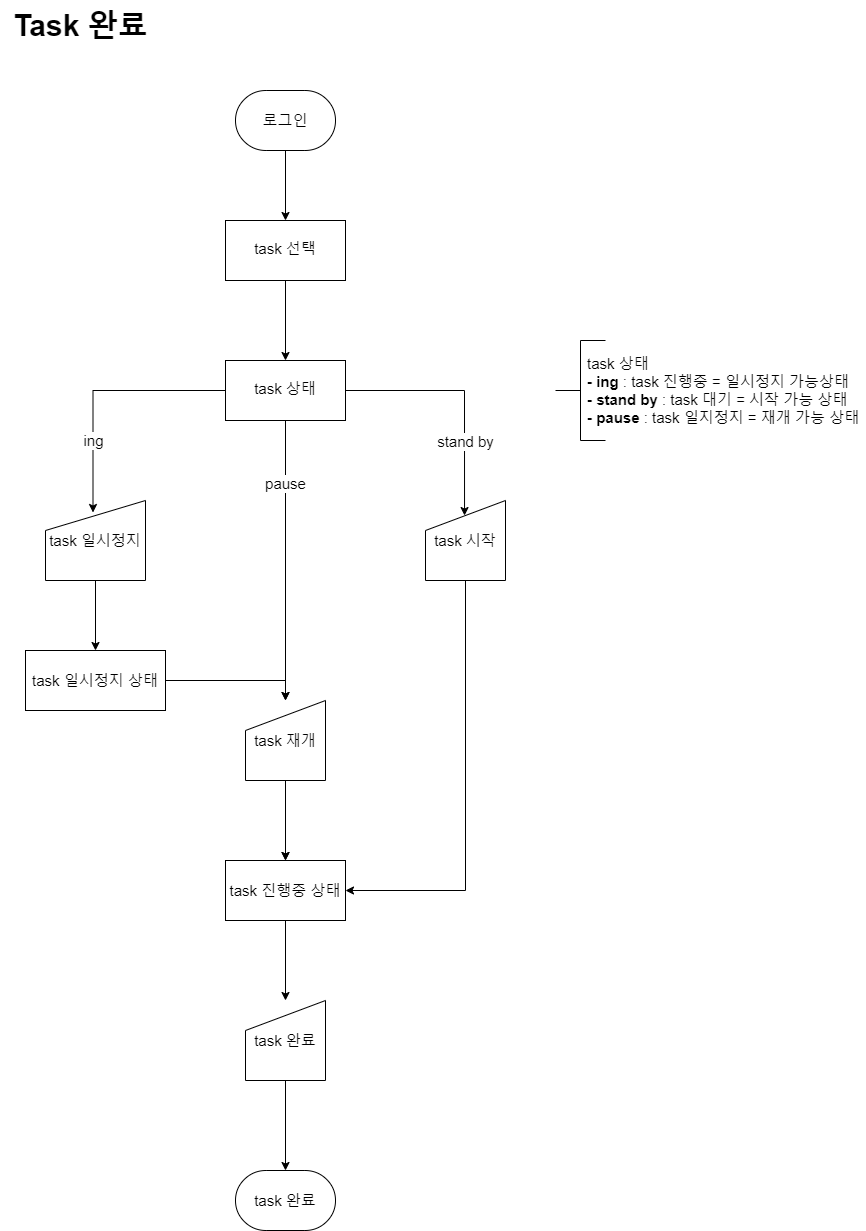
MEOHIN/todo-pe keeps this draw.io diagram as timetodo-flowchart/task completion.png. Above is the earlier version. Source tidied: cells renumbered, new cells last; positions are measured from the earlier drawing's top-left corner, leaving out a move shared by most shapes. The source it was exported from:
```xml
<mxGraphModel>
  <root>
    <mxCell id="0" />
    <mxCell id="1" parent="0" />
    <mxCell id="2" style="edgeStyle=orthogonalEdgeStyle;rounded=0;jettySize=auto;html=1;fontSize=15;strokeWidth=1;exitX=0.5;exitY=1;exitDx=0;exitDy=0;exitPerimeter=0;" parent="1" edge="1" source="8" target="4">
      <mxGeometry relative="1" as="geometry" />
    </mxCell>
    <mxCell id="3" style="edgeStyle=orthogonalEdgeStyle;rounded=0;jettySize=auto;html=1;fontSize=15;strokeWidth=1;" parent="1" edge="1" source="4" target="12">
      <mxGeometry relative="1" as="geometry" />
    </mxCell>
    <mxCell id="4" value="task 선택" style="whiteSpace=wrap;html=1;fontSize=15;shadow=0;strokeWidth=1;spacing=6;spacingTop=-4;" parent="1" vertex="1">
      <mxGeometry x="225" y="220" width="120" height="60" as="geometry" />
    </mxCell>
    <mxCell id="5" value="task 상태&lt;br style=&quot;font-size: 15px;&quot;&gt;&lt;b style=&quot;font-size: 15px;&quot;&gt;- ing&lt;/b&gt; : task 진행중 = 일시정지 가능상태&lt;br style=&quot;font-size: 15px;&quot;&gt;&lt;b style=&quot;border-color: var(--border-color);&quot;&gt;- stand by&lt;/b&gt;&amp;nbsp;: task 대기 = 시작 가능 상태&lt;br style=&quot;border-color: var(--border-color);&quot;&gt;&lt;b style=&quot;font-size: 15px;&quot;&gt;- pause&lt;/b&gt; : task 일지정지 = 재개 가능 상태" style="text;html=1;strokeColor=none;fillColor=none;align=left;verticalAlign=middle;whiteSpace=wrap;rounded=0;fontSize=15;strokeWidth=1;" parent="1" vertex="1">
      <mxGeometry x="585" y="340" width="280" height="100" as="geometry" />
    </mxCell>
    <mxCell id="6" style="edgeStyle=orthogonalEdgeStyle;rounded=0;jettySize=auto;html=1;strokeWidth=1;fontSize=15;" parent="1" edge="1" source="26" target="19">
      <mxGeometry relative="1" as="geometry" />
    </mxCell>
    <mxCell id="7" style="strokeWidth=1;html=1;shape=mxgraph.flowchart.annotation_2;align=left;labelPosition=right;fontSize=15;" parent="1" vertex="1">
      <mxGeometry x="555" y="340" width="50" height="100" as="geometry" />
    </mxCell>
    <mxCell id="8" value="로그인" style="strokeWidth=1;html=1;shape=mxgraph.flowchart.terminator;whiteSpace=wrap;fontSize=15;" parent="1" vertex="1">
      <mxGeometry x="235" y="90" width="100" height="60" as="geometry" />
    </mxCell>
    <mxCell id="9" value="pause" style="edgeStyle=orthogonalEdgeStyle;rounded=0;jettySize=auto;html=1;strokeWidth=1;fontSize=15;" parent="1" edge="1" source="12" target="26">
      <mxGeometry x="-0.55" relative="1" as="geometry" />
    </mxCell>
    <mxCell id="10" value="ing" style="edgeStyle=orthogonalEdgeStyle;rounded=0;jettySize=auto;html=1;exitX=0;exitY=0.5;exitDx=0;exitDy=0;entryX=0.475;entryY=0.15;entryDx=0;entryDy=0;entryPerimeter=0;strokeWidth=1;fontSize=15;" parent="1" edge="1" source="12" target="14">
      <mxGeometry x="0.43" relative="1" as="geometry" />
    </mxCell>
    <mxCell id="11" value="&lt;span style=&quot;color: rgb(0, 0, 0); font-family: Helvetica; font-size: 15px; font-style: normal; font-variant-ligatures: normal; font-variant-caps: normal; font-weight: 400; letter-spacing: normal; orphans: 2; text-align: center; text-indent: 0px; text-transform: none; widows: 2; word-spacing: 0px; -webkit-text-stroke-width: 0px; background-color: rgb(255, 255, 255); text-decoration-thickness: initial; text-decoration-style: initial; text-decoration-color: initial; float: none; display: inline !important;&quot;&gt;stand by&lt;/span&gt;" style="edgeStyle=orthogonalEdgeStyle;rounded=0;jettySize=auto;html=1;exitX=1;exitY=0.5;exitDx=0;exitDy=0;entryX=0.488;entryY=0.188;entryDx=0;entryDy=0;entryPerimeter=0;strokeWidth=1;fontSize=15;" parent="1" edge="1" source="12" target="16">
      <mxGeometry x="0.39" y="1" relative="1" as="geometry" />
    </mxCell>
    <mxCell id="12" value="task 상태" style="whiteSpace=wrap;html=1;fontSize=15;shadow=0;strokeWidth=1;spacing=6;spacingTop=-4;" parent="1" vertex="1">
      <mxGeometry x="225" y="360" width="120" height="60" as="geometry" />
    </mxCell>
    <mxCell id="13" style="edgeStyle=orthogonalEdgeStyle;rounded=0;jettySize=auto;html=1;" parent="1" edge="1" source="14" target="24">
      <mxGeometry relative="1" as="geometry" />
    </mxCell>
    <mxCell id="14" value="task 일시정지" style="shape=manualInput;whiteSpace=wrap;html=1;fontSize=15;strokeWidth=1;" parent="1" vertex="1">
      <mxGeometry x="45" y="500" width="100" height="80" as="geometry" />
    </mxCell>
    <mxCell id="15" style="edgeStyle=orthogonalEdgeStyle;rounded=0;jettySize=auto;html=1;exitX=0.5;exitY=1;exitDx=0;exitDy=0;entryX=0.5;entryY=0;entryDx=0;entryDy=0;strokeWidth=1;fontSize=15;" parent="1" edge="1" source="26" target="19">
      <mxGeometry relative="1" as="geometry" />
    </mxCell>
    <mxCell id="16" value="task 시작" style="shape=manualInput;whiteSpace=wrap;html=1;fontSize=15;strokeWidth=1;" parent="1" vertex="1">
      <mxGeometry x="425" y="500" width="80" height="80" as="geometry" />
    </mxCell>
    <mxCell id="17" value="&lt;font style=&quot;font-size: 30px;&quot;&gt;Task 완료&lt;/font&gt;" style="text;html=1;align=center;verticalAlign=middle;strokeColor=none;fillColor=none;fontSize=15;fontStyle=1;strokeWidth=1;" parent="1" vertex="1">
      <mxGeometry width="160" height="50" as="geometry" />
    </mxCell>
    <mxCell id="18" style="edgeStyle=orthogonalEdgeStyle;rounded=0;jettySize=auto;html=1;strokeWidth=1;fontSize=15;" parent="1" edge="1" source="19" target="21">
      <mxGeometry relative="1" as="geometry" />
    </mxCell>
    <mxCell id="19" value="task 진행중 상태" style="whiteSpace=wrap;html=1;fontSize=15;strokeWidth=1;" parent="1" vertex="1">
      <mxGeometry x="225" y="860" width="120" height="60" as="geometry" />
    </mxCell>
    <mxCell id="20" style="edgeStyle=orthogonalEdgeStyle;rounded=0;jettySize=auto;html=1;strokeWidth=1;fontSize=15;" parent="1" edge="1" source="21" target="22">
      <mxGeometry relative="1" as="geometry" />
    </mxCell>
    <mxCell id="21" value="task 완료" style="shape=manualInput;whiteSpace=wrap;html=1;fontSize=15;strokeWidth=1;" parent="1" vertex="1">
      <mxGeometry x="245" y="1000" width="80" height="80" as="geometry" />
    </mxCell>
    <mxCell id="22" value="task 완료" style="strokeWidth=1;html=1;shape=mxgraph.flowchart.terminator;whiteSpace=wrap;fontSize=15;" parent="1" vertex="1">
      <mxGeometry x="235" y="1170" width="100" height="60" as="geometry" />
    </mxCell>
    <mxCell id="23" style="edgeStyle=orthogonalEdgeStyle;rounded=0;jettySize=auto;html=1;entryX=0.5;entryY=0;entryDx=0;entryDy=0;" parent="1" edge="1" source="24" target="26">
      <mxGeometry relative="1" as="geometry" />
    </mxCell>
    <mxCell id="24" value="task 일시정지 상태" style="whiteSpace=wrap;html=1;fontSize=15;strokeWidth=1;" parent="1" vertex="1">
      <mxGeometry x="25" y="650" width="140" height="60" as="geometry" />
    </mxCell>
    <mxCell id="25" style="edgeStyle=orthogonalEdgeStyle;rounded=0;jettySize=auto;html=1;exitX=0.5;exitY=1;exitDx=0;exitDy=0;entryX=1;entryY=0.5;entryDx=0;entryDy=0;strokeWidth=1;fontSize=15;" parent="1" edge="1" source="16" target="19">
      <mxGeometry relative="1" as="geometry" />
    </mxCell>
    <mxCell id="26" value="task 재개" style="shape=manualInput;whiteSpace=wrap;html=1;fontSize=15;strokeWidth=1;" parent="1" vertex="1">
      <mxGeometry x="245" y="700" width="80" height="80" as="geometry" />
    </mxCell>
  </root>
</mxGraphModel>
```
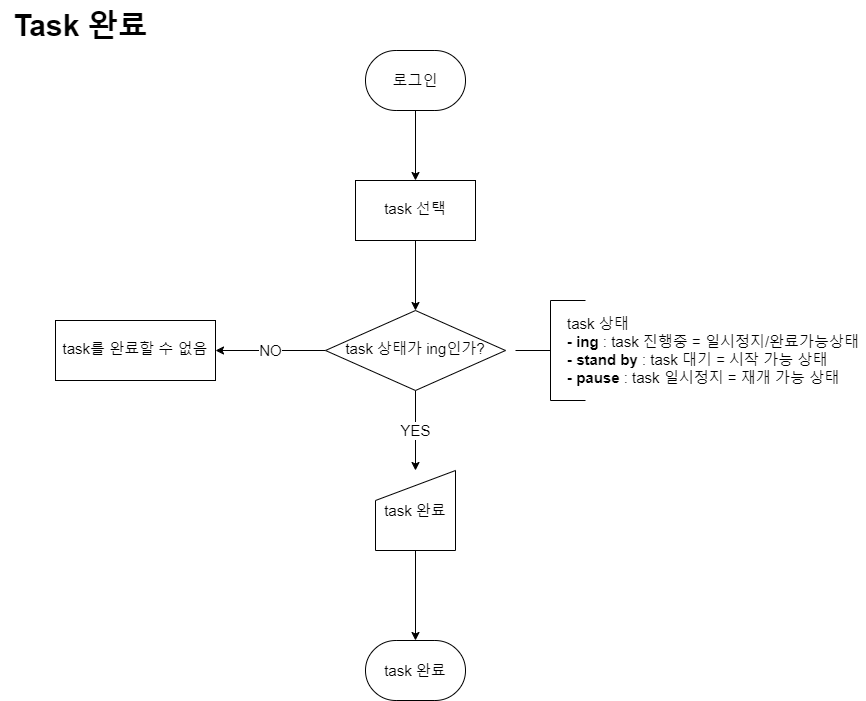
The same file after the commit.

Diff of the diagram source:
```diff
@@ -5,77 +5,44 @@
     <mxCell id="2" style="edgeStyle=orthogonalEdgeStyle;rounded=0;jettySize=auto;html=1;fontSize=15;strokeWidth=1;exitX=0.5;exitY=1;exitDx=0;exitDy=0;exitPerimeter=0;" parent="1" edge="1" source="8" target="4">
       <mxGeometry relative="1" as="geometry" />
     </mxCell>
-    <mxCell id="3" style="edgeStyle=orthogonalEdgeStyle;rounded=0;jettySize=auto;html=1;fontSize=15;strokeWidth=1;" parent="1" edge="1" source="4" target="12">
-      <mxGeometry relative="1" as="geometry" />
-    </mxCell>
+    <mxCell id="27" style="edgeStyle=orthogonalEdgeStyle;rounded=0;jettySize=auto;html=1;" parent="1" edge="1" source="4" target="30">
+      <mxGeometry relative="1" as="geometry" />
+    </mxCell>
     <mxCell id="4" value="task 선택" style="whiteSpace=wrap;html=1;fontSize=15;shadow=0;strokeWidth=1;spacing=6;spacingTop=-4;" parent="1" vertex="1">
-      <mxGeometry x="225" y="220" width="120" height="60" as="geometry" />
+      <mxGeometry x="355" y="180" width="120" height="60" as="geometry" />
     </mxCell>
-    <mxCell id="5" value="task 상태&lt;br style=&quot;font-size: 15px;&quot;&gt;&lt;b style=&quot;font-size: 15px;&quot;&gt;- ing&lt;/b&gt; : task 진행중 = 일시정지 가능상태&lt;br style=&quot;font-size: 15px;&quot;&gt;&lt;b style=&quot;border-color: var(--border-color);&quot;&gt;- stand by&lt;/b&gt;&amp;nbsp;: task 대기 = 시작 가능 상태&lt;br style=&quot;border-color: var(--border-color);&quot;&gt;&lt;b style=&quot;font-size: 15px;&quot;&gt;- pause&lt;/b&gt; : task 일지정지 = 재개 가능 상태" style="text;html=1;strokeColor=none;fillColor=none;align=left;verticalAlign=middle;whiteSpace=wrap;rounded=0;fontSize=15;strokeWidth=1;" parent="1" vertex="1">
-      <mxGeometry x="585" y="340" width="280" height="100" as="geometry" />
+    <mxCell id="5" value="task 상태&lt;br style=&quot;font-size: 15px;&quot;&gt;&lt;b style=&quot;font-size: 15px;&quot;&gt;- ing&lt;/b&gt; : task 진행중 = 일시정지/완료가능상태&lt;br style=&quot;font-size: 15px;&quot;&gt;&lt;b style=&quot;border-color: var(--border-color);&quot;&gt;- stand by&lt;/b&gt;&amp;nbsp;: task 대기 = 시작 가능 상태&lt;br style=&quot;border-color: var(--border-color);&quot;&gt;&lt;b style=&quot;font-size: 15px;&quot;&gt;- pause&lt;/b&gt; : task 일시정지 = 재개 가능 상태" style="text;html=1;strokeColor=none;fillColor=none;align=left;verticalAlign=middle;whiteSpace=wrap;rounded=0;fontSize=15;strokeWidth=1;" parent="1" vertex="1">
+      <mxGeometry x="565" y="300" width="300" height="100" as="geometry" />
     </mxCell>
-    <mxCell id="6" style="edgeStyle=orthogonalEdgeStyle;rounded=0;jettySize=auto;html=1;strokeWidth=1;fontSize=15;" parent="1" edge="1" source="26" target="19">
-      <mxGeometry relative="1" as="geometry" />
-    </mxCell>
     <mxCell id="7" style="strokeWidth=1;html=1;shape=mxgraph.flowchart.annotation_2;align=left;labelPosition=right;fontSize=15;" parent="1" vertex="1">
-      <mxGeometry x="555" y="340" width="50" height="100" as="geometry" />
+      <mxGeometry x="515" y="300" width="70" height="100" as="geometry" />
     </mxCell>
     <mxCell id="8" value="로그인" style="strokeWidth=1;html=1;shape=mxgraph.flowchart.terminator;whiteSpace=wrap;fontSize=15;" parent="1" vertex="1">
-      <mxGeometry x="235" y="90" width="100" height="60" as="geometry" />
+      <mxGeometry x="365" y="50" width="100" height="60" as="geometry" />
     </mxCell>
-    <mxCell id="9" value="pause" style="edgeStyle=orthogonalEdgeStyle;rounded=0;jettySize=auto;html=1;strokeWidth=1;fontSize=15;" parent="1" edge="1" source="12" target="26">
-      <mxGeometry x="-0.55" relative="1" as="geometry" />
-    </mxCell>
-    <mxCell id="10" value="ing" style="edgeStyle=orthogonalEdgeStyle;rounded=0;jettySize=auto;html=1;exitX=0;exitY=0.5;exitDx=0;exitDy=0;entryX=0.475;entryY=0.15;entryDx=0;entryDy=0;entryPerimeter=0;strokeWidth=1;fontSize=15;" parent="1" edge="1" source="12" target="14">
-      <mxGeometry x="0.43" relative="1" as="geometry" />
-    </mxCell>
-    <mxCell id="11" value="&lt;span style=&quot;color: rgb(0, 0, 0); font-family: Helvetica; font-size: 15px; font-style: normal; font-variant-ligatures: normal; font-variant-caps: normal; font-weight: 400; letter-spacing: normal; orphans: 2; text-align: center; text-indent: 0px; text-transform: none; widows: 2; word-spacing: 0px; -webkit-text-stroke-width: 0px; background-color: rgb(255, 255, 255); text-decoration-thickness: initial; text-decoration-style: initial; text-decoration-color: initial; float: none; display: inline !important;&quot;&gt;stand by&lt;/span&gt;" style="edgeStyle=orthogonalEdgeStyle;rounded=0;jettySize=auto;html=1;exitX=1;exitY=0.5;exitDx=0;exitDy=0;entryX=0.488;entryY=0.188;entryDx=0;entryDy=0;entryPerimeter=0;strokeWidth=1;fontSize=15;" parent="1" edge="1" source="12" target="16">
-      <mxGeometry x="0.39" y="1" relative="1" as="geometry" />
-    </mxCell>
-    <mxCell id="12" value="task 상태" style="whiteSpace=wrap;html=1;fontSize=15;shadow=0;strokeWidth=1;spacing=6;spacingTop=-4;" parent="1" vertex="1">
-      <mxGeometry x="225" y="360" width="120" height="60" as="geometry" />
-    </mxCell>
-    <mxCell id="13" style="edgeStyle=orthogonalEdgeStyle;rounded=0;jettySize=auto;html=1;" parent="1" edge="1" source="14" target="24">
-      <mxGeometry relative="1" as="geometry" />
-    </mxCell>
-    <mxCell id="14" value="task 일시정지" style="shape=manualInput;whiteSpace=wrap;html=1;fontSize=15;strokeWidth=1;" parent="1" vertex="1">
-      <mxGeometry x="45" y="500" width="100" height="80" as="geometry" />
-    </mxCell>
-    <mxCell id="15" style="edgeStyle=orthogonalEdgeStyle;rounded=0;jettySize=auto;html=1;exitX=0.5;exitY=1;exitDx=0;exitDy=0;entryX=0.5;entryY=0;entryDx=0;entryDy=0;strokeWidth=1;fontSize=15;" parent="1" edge="1" source="26" target="19">
-      <mxGeometry relative="1" as="geometry" />
-    </mxCell>
-    <mxCell id="16" value="task 시작" style="shape=manualInput;whiteSpace=wrap;html=1;fontSize=15;strokeWidth=1;" parent="1" vertex="1">
-      <mxGeometry x="425" y="500" width="80" height="80" as="geometry" />
-    </mxCell>
     <mxCell id="17" value="&lt;font style=&quot;font-size: 30px;&quot;&gt;Task 완료&lt;/font&gt;" style="text;html=1;align=center;verticalAlign=middle;strokeColor=none;fillColor=none;fontSize=15;fontStyle=1;strokeWidth=1;" parent="1" vertex="1">
       <mxGeometry width="160" height="50" as="geometry" />
     </mxCell>
-    <mxCell id="18" style="edgeStyle=orthogonalEdgeStyle;rounded=0;jettySize=auto;html=1;strokeWidth=1;fontSize=15;" parent="1" edge="1" source="19" target="21">
-      <mxGeometry relative="1" as="geometry" />
-    </mxCell>
-    <mxCell id="19" value="task 진행중 상태" style="whiteSpace=wrap;html=1;fontSize=15;strokeWidth=1;" parent="1" vertex="1">
-      <mxGeometry x="225" y="860" width="120" height="60" as="geometry" />
-    </mxCell>
     <mxCell id="20" style="edgeStyle=orthogonalEdgeStyle;rounded=0;jettySize=auto;html=1;strokeWidth=1;fontSize=15;" parent="1" edge="1" source="21" target="22">
       <mxGeometry relative="1" as="geometry" />
     </mxCell>
     <mxCell id="21" value="task 완료" style="shape=manualInput;whiteSpace=wrap;html=1;fontSize=15;strokeWidth=1;" parent="1" vertex="1">
-      <mxGeometry x="245" y="1000" width="80" height="80" as="geometry" />
+      <mxGeometry x="375" y="470" width="80" height="80" as="geometry" />
     </mxCell>
     <mxCell id="22" value="task 완료" style="strokeWidth=1;html=1;shape=mxgraph.flowchart.terminator;whiteSpace=wrap;fontSize=15;" parent="1" vertex="1">
-      <mxGeometry x="235" y="1170" width="100" height="60" as="geometry" />
+      <mxGeometry x="365" y="640" width="100" height="60" as="geometry" />
     </mxCell>
-    <mxCell id="23" style="edgeStyle=orthogonalEdgeStyle;rounded=0;jettySize=auto;html=1;entryX=0.5;entryY=0;entryDx=0;entryDy=0;" parent="1" edge="1" source="24" target="26">
-      <mxGeometry relative="1" as="geometry" />
-    </mxCell>
-    <mxCell id="24" value="task 일시정지 상태" style="whiteSpace=wrap;html=1;fontSize=15;strokeWidth=1;" parent="1" vertex="1">
-      <mxGeometry x="25" y="650" width="140" height="60" as="geometry" />
-    </mxCell>
-    <mxCell id="25" style="edgeStyle=orthogonalEdgeStyle;rounded=0;jettySize=auto;html=1;exitX=0.5;exitY=1;exitDx=0;exitDy=0;entryX=1;entryY=0.5;entryDx=0;entryDy=0;strokeWidth=1;fontSize=15;" parent="1" edge="1" source="16" target="19">
-      <mxGeometry relative="1" as="geometry" />
-    </mxCell>
-    <mxCell id="26" value="task 재개" style="shape=manualInput;whiteSpace=wrap;html=1;fontSize=15;strokeWidth=1;" parent="1" vertex="1">
-      <mxGeometry x="245" y="700" width="80" height="80" as="geometry" />
-    </mxCell>
+    <mxCell id="28" value="YES" style="edgeStyle=orthogonalEdgeStyle;rounded=0;jettySize=auto;html=1;fontSize=15;" parent="1" edge="1" source="30" target="21">
+      <mxGeometry relative="1" as="geometry" />
+    </mxCell>
+    <mxCell id="29" value="NO" style="edgeStyle=orthogonalEdgeStyle;rounded=0;jettySize=auto;html=1;fontSize=15;" parent="1" edge="1" source="30" target="31">
+      <mxGeometry relative="1" as="geometry" />
+    </mxCell>
+    <mxCell id="30" value="task 상태가 ing인가?" style="rhombus;whiteSpace=wrap;html=1;fontSize=15;shadow=0;strokeWidth=1;spacing=6;spacingTop=-4;" parent="1" vertex="1">
+      <mxGeometry x="325" y="310" width="180" height="80" as="geometry" />
+    </mxCell>
+    <mxCell id="31" value="task를 완료할 수 없음" style="whiteSpace=wrap;html=1;fontSize=15;shadow=0;strokeWidth=1;spacing=6;spacingTop=-4;" parent="1" vertex="1">
+      <mxGeometry x="55" y="320" width="160" height="60" as="geometry" />
+    </mxCell>
   </root>
 </mxGraphModel>
```
